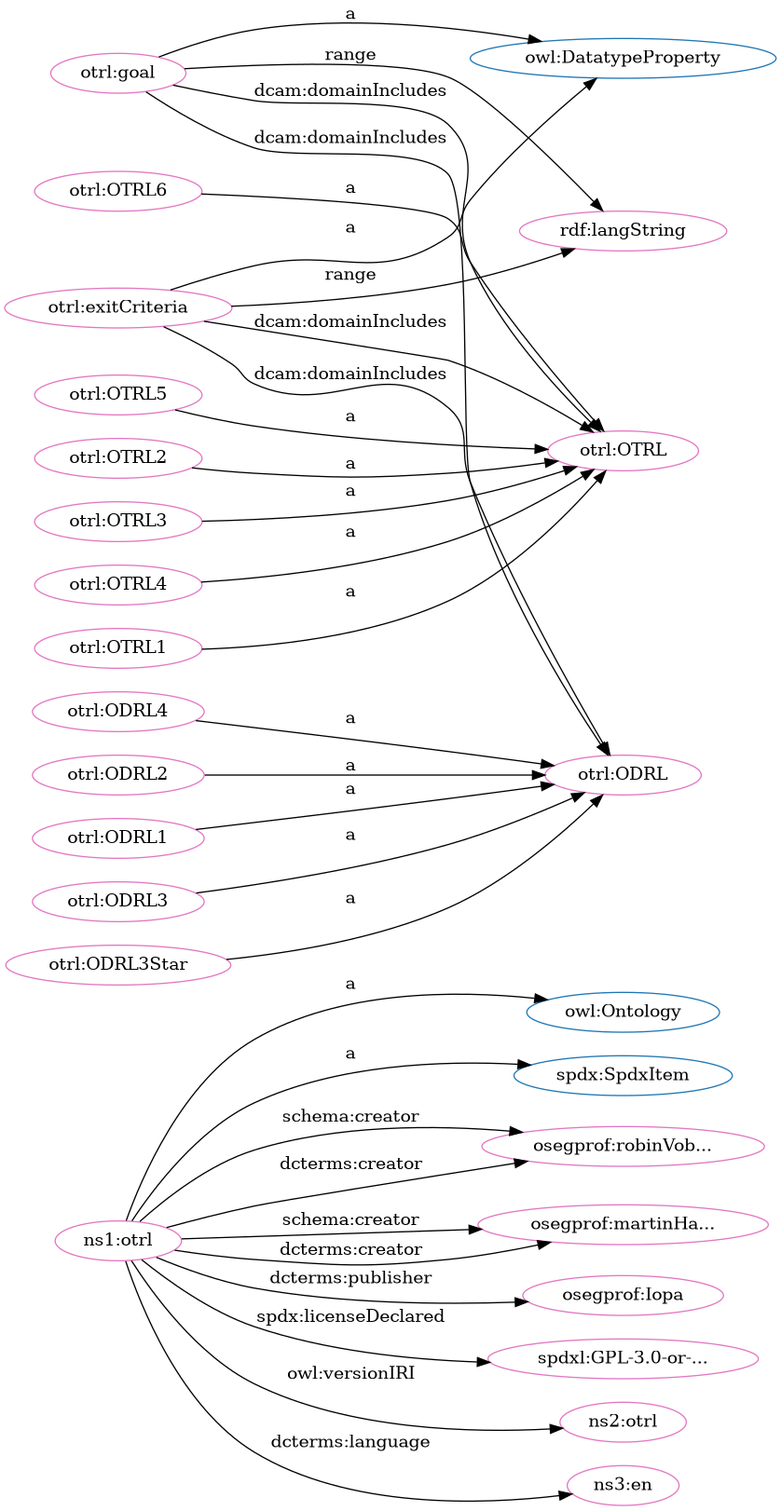
iop-alliance/OpenKnowHow keeps this Graphviz diagram as src/spec/dot_otrl.png. Above is the earlier version. Its source is kept beside it as src/spec/dot_otrl.dot.
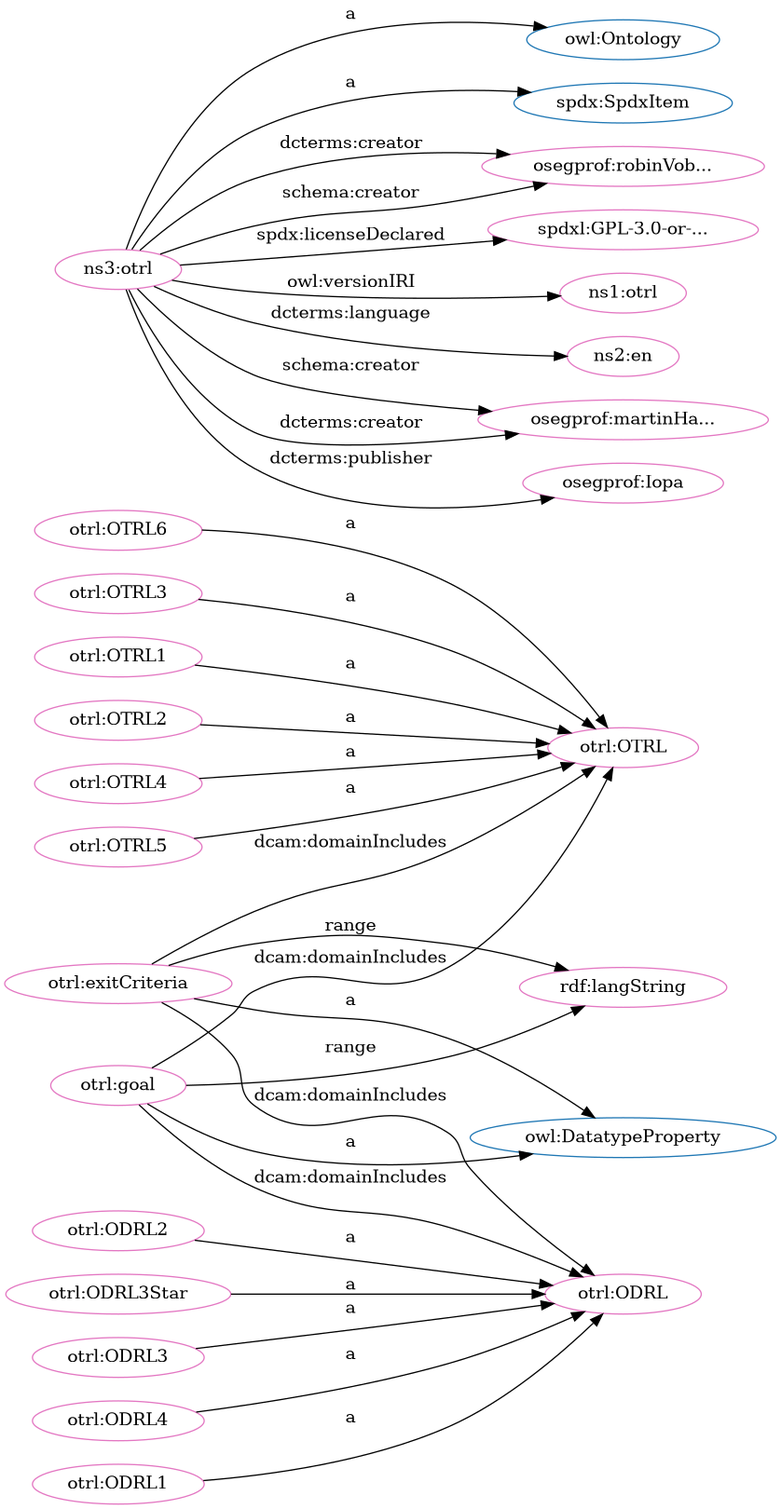
After the commit.

What changed in the source:
```diff
@@ -1,61 +1,61 @@
 digraph G {
   rankdir=BT
   node[height=.3]
-"http://www.w3.org/2002/07/owl#Ontology" [fillcolor="#1f77b4" color="#1f77b4" label="owl:Ontology"]
 "http://www.w3.org/2002/07/owl#DatatypeProperty" [fillcolor="#1f77b4" color="#1f77b4" label="owl:DatatypeProperty"]
 "http://w3id.org/oseg/ont/otrl#OTRL" [fillcolor="#1f77b4" color="#1f77b4" label="otrl:OTRL"]
+"http://www.w3.org/2002/07/owl#Ontology" [fillcolor="#1f77b4" color="#1f77b4" label="owl:Ontology"]
 "http://w3id.org/oseg/ont/otrl#ODRL" [fillcolor="#1f77b4" color="#1f77b4" label="otrl:ODRL"]
 "http://spdx.org/rdf/terms#SpdxItem" [fillcolor="#1f77b4" color="#1f77b4" label="spdx:SpdxItem"]
+"http://w3id.org/oseg/ont/otrl#OTRL2" [fillcolor="#e377c2" color="#e377c2" label="otrl:OTRL2"]
+"http://w3id.org/oseg/ont/otrl#ODRL" [fillcolor="#e377c2" color="#e377c2" label="otrl:ODRL"]
+"http://w3id.org/oseg/ont/otrl#exitCriteria" [fillcolor="#e377c2" color="#e377c2" label="otrl:exitCriteria"]
+"http://www.w3.org/1999/02/22-rdf-syntax-ns#langString" [fillcolor="#e377c2" color="#e377c2" label="rdf:langString"]
+"http://w3id.org/oseg/ont/oseg-profiles#robinVobruba" [fillcolor="#e377c2" color="#e377c2" label="osegprof:robinVob..."]
+"http://spdx.org/licenses/GPL-3.0-or-later" [fillcolor="#e377c2" color="#e377c2" label="spdxl:GPL-3.0-or-..."]
+"http://w3id.org/oseg/ont/otrl#ODRL2" [fillcolor="#e377c2" color="#e377c2" label="otrl:ODRL2"]
+"http://w3id.org/oseg/ont/1.1.0/otrl" [fillcolor="#e377c2" color="#e377c2" label="ns1:otrl"]
+"http://id.loc.gov/vocabulary/iso639-1/en" [fillcolor="#e377c2" color="#e377c2" label="ns2:en"]
+"http://w3id.org/oseg/ont/otrl#OTRL" [fillcolor="#e377c2" color="#e377c2" label="otrl:OTRL"]
+"http://w3id.org/oseg/ont/otrl#OTRL4" [fillcolor="#e377c2" color="#e377c2" label="otrl:OTRL4"]
+"http://w3id.org/oseg/ont/otrl" [fillcolor="#e377c2" color="#e377c2" label="ns3:otrl"]
+"http://w3id.org/oseg/ont/otrl#OTRL5" [fillcolor="#e377c2" color="#e377c2" label="otrl:OTRL5"]
+"http://w3id.org/oseg/ont/oseg-profiles#martinHaeuer" [fillcolor="#e377c2" color="#e377c2" label="osegprof:martinHa..."]
+"http://w3id.org/oseg/ont/oseg-profiles#Iopa" [fillcolor="#e377c2" color="#e377c2" label="osegprof:Iopa"]
+"http://w3id.org/oseg/ont/otrl#ODRL3Star" [fillcolor="#e377c2" color="#e377c2" label="otrl:ODRL3Star"]
+"http://w3id.org/oseg/ont/otrl#OTRL6" [fillcolor="#e377c2" color="#e377c2" label="otrl:OTRL6"]
+"http://w3id.org/oseg/ont/otrl#OTRL3" [fillcolor="#e377c2" color="#e377c2" label="otrl:OTRL3"]
+"http://w3id.org/oseg/ont/otrl#OTRL1" [fillcolor="#e377c2" color="#e377c2" label="otrl:OTRL1"]
 "http://w3id.org/oseg/ont/otrl#ODRL3" [fillcolor="#e377c2" color="#e377c2" label="otrl:ODRL3"]
-"http://w3id.org/oseg/ont/oseg-profiles#robinVobruba" [fillcolor="#e377c2" color="#e377c2" label="osegprof:robinVob..."]
-"http://w3id.org/oseg/ont/otrl#OTRL6" [fillcolor="#e377c2" color="#e377c2" label="otrl:OTRL6"]
-"http://w3id.org/oseg/ont/otrl#ODRL" [fillcolor="#e377c2" color="#e377c2" label="otrl:ODRL"]
-"http://w3id.org/oseg/ont/otrl#ODRL3Star" [fillcolor="#e377c2" color="#e377c2" label="otrl:ODRL3Star"]
-"http://w3id.org/oseg/ont/otrl" [fillcolor="#e377c2" color="#e377c2" label="ns1:otrl"]
-"http://w3id.org/oseg/ont/otrl#OTRL3" [fillcolor="#e377c2" color="#e377c2" label="otrl:OTRL3"]
 "http://w3id.org/oseg/ont/otrl#ODRL4" [fillcolor="#e377c2" color="#e377c2" label="otrl:ODRL4"]
-"http://w3id.org/oseg/ont/otrl#OTRL4" [fillcolor="#e377c2" color="#e377c2" label="otrl:OTRL4"]
-"http://w3id.org/oseg/ont/oseg-profiles#martinHaeuer" [fillcolor="#e377c2" color="#e377c2" label="osegprof:martinHa..."]
-"http://w3id.org/oseg/ont/otrl#ODRL2" [fillcolor="#e377c2" color="#e377c2" label="otrl:ODRL2"]
-"http://w3id.org/oseg/ont/oseg-profiles#Iopa" [fillcolor="#e377c2" color="#e377c2" label="osegprof:Iopa"]
-"http://w3id.org/oseg/ont/otrl#OTRL2" [fillcolor="#e377c2" color="#e377c2" label="otrl:OTRL2"]
-"http://w3id.org/oseg/ont/otrl#OTRL" [fillcolor="#e377c2" color="#e377c2" label="otrl:OTRL"]
+"http://w3id.org/oseg/ont/otrl#ODRL1" [fillcolor="#e377c2" color="#e377c2" label="otrl:ODRL1"]
 "http://w3id.org/oseg/ont/otrl#goal" [fillcolor="#e377c2" color="#e377c2" label="otrl:goal"]
-"http://www.w3.org/1999/02/22-rdf-syntax-ns#langString" [fillcolor="#e377c2" color="#e377c2" label="rdf:langString"]
-"http://spdx.org/licenses/GPL-3.0-or-later" [fillcolor="#e377c2" color="#e377c2" label="spdxl:GPL-3.0-or-..."]
-"http://w3id.org/oseg/ont/1.1.0/otrl" [fillcolor="#e377c2" color="#e377c2" label="ns2:otrl"]
-"http://w3id.org/oseg/ont/otrl#OTRL5" [fillcolor="#e377c2" color="#e377c2" label="otrl:OTRL5"]
-"http://w3id.org/oseg/ont/otrl#exitCriteria" [fillcolor="#e377c2" color="#e377c2" label="otrl:exitCriteria"]
-"http://w3id.org/oseg/ont/otrl#ODRL1" [fillcolor="#e377c2" color="#e377c2" label="otrl:ODRL1"]
-"http://id.loc.gov/vocabulary/iso639-1/en" [fillcolor="#e377c2" color="#e377c2" label="ns3:en"]
-"http://w3id.org/oseg/ont/otrl#OTRL1" [fillcolor="#e377c2" color="#e377c2" label="otrl:OTRL1"]
+  "http://w3id.org/oseg/ont/otrl#OTRL2" -> "http://w3id.org/oseg/ont/otrl#OTRL" [label="a"]
+  "http://w3id.org/oseg/ont/otrl#goal" -> "http://w3id.org/oseg/ont/otrl#ODRL" [label="dcam:domainIncludes"]
+  "http://w3id.org/oseg/ont/otrl#exitCriteria" -> "http://www.w3.org/2002/07/owl#DatatypeProperty" [label="a"]
+  "http://w3id.org/oseg/ont/otrl#goal" -> "http://www.w3.org/1999/02/22-rdf-syntax-ns#langString" [label="range"]
+  "http://w3id.org/oseg/ont/otrl" -> "http://w3id.org/oseg/ont/oseg-profiles#robinVobruba" [label="dcterms:creator"]
+  "http://w3id.org/oseg/ont/otrl" -> "http://spdx.org/licenses/GPL-3.0-or-later" [label="spdx:licenseDeclared"]
+  "http://w3id.org/oseg/ont/otrl#ODRL2" -> "http://w3id.org/oseg/ont/otrl#ODRL" [label="a"]
+  "http://w3id.org/oseg/ont/otrl#OTRL4" -> "http://w3id.org/oseg/ont/otrl#OTRL" [label="a"]
+  "http://w3id.org/oseg/ont/otrl" -> "http://w3id.org/oseg/ont/oseg-profiles#martinHaeuer" [label="schema:creator"]
+  "http://w3id.org/oseg/ont/otrl" -> "http://w3id.org/oseg/ont/oseg-profiles#Iopa" [label="dcterms:publisher"]
+  "http://w3id.org/oseg/ont/otrl#ODRL3Star" -> "http://w3id.org/oseg/ont/otrl#ODRL" [label="a"]
+  "http://w3id.org/oseg/ont/otrl#OTRL6" -> "http://w3id.org/oseg/ont/otrl#OTRL" [label="a"]
+  "http://w3id.org/oseg/ont/otrl" -> "http://spdx.org/rdf/terms#SpdxItem" [label="a"]
+  "http://w3id.org/oseg/ont/otrl#ODRL1" -> "http://w3id.org/oseg/ont/otrl#ODRL" [label="a"]
+  "http://w3id.org/oseg/ont/otrl#goal" -> "http://www.w3.org/2002/07/owl#DatatypeProperty" [label="a"]
+  "http://w3id.org/oseg/ont/otrl" -> "http://w3id.org/oseg/ont/1.1.0/otrl" [label="owl:versionIRI"]
+  "http://w3id.org/oseg/ont/otrl" -> "http://id.loc.gov/vocabulary/iso639-1/en" [label="dcterms:language"]
+  "http://w3id.org/oseg/ont/otrl" -> "http://w3id.org/oseg/ont/oseg-profiles#robinVobruba" [label="schema:creator"]
+  "http://w3id.org/oseg/ont/otrl#exitCriteria" -> "http://w3id.org/oseg/ont/otrl#OTRL" [label="dcam:domainIncludes"]
+  "http://w3id.org/oseg/ont/otrl" -> "http://www.w3.org/2002/07/owl#Ontology" [label="a"]
+  "http://w3id.org/oseg/ont/otrl#OTRL5" -> "http://w3id.org/oseg/ont/otrl#OTRL" [label="a"]
+  "http://w3id.org/oseg/ont/otrl#exitCriteria" -> "http://www.w3.org/1999/02/22-rdf-syntax-ns#langString" [label="range"]
+  "http://w3id.org/oseg/ont/otrl#exitCriteria" -> "http://w3id.org/oseg/ont/otrl#ODRL" [label="dcam:domainIncludes"]
+  "http://w3id.org/oseg/ont/otrl#OTRL3" -> "http://w3id.org/oseg/ont/otrl#OTRL" [label="a"]
+  "http://w3id.org/oseg/ont/otrl#OTRL1" -> "http://w3id.org/oseg/ont/otrl#OTRL" [label="a"]
   "http://w3id.org/oseg/ont/otrl#ODRL3" -> "http://w3id.org/oseg/ont/otrl#ODRL" [label="a"]
-  "http://w3id.org/oseg/ont/otrl" -> "http://w3id.org/oseg/ont/oseg-profiles#robinVobruba" [label="schema:creator"]
-  "http://w3id.org/oseg/ont/otrl#OTRL6" -> "http://w3id.org/oseg/ont/otrl#OTRL" [label="a"]
   "http://w3id.org/oseg/ont/otrl#ODRL4" -> "http://w3id.org/oseg/ont/otrl#ODRL" [label="a"]
-  "http://w3id.org/oseg/ont/otrl" -> "http://w3id.org/oseg/ont/oseg-profiles#martinHaeuer" [label="schema:creator"]
-  "http://w3id.org/oseg/ont/otrl#ODRL2" -> "http://w3id.org/oseg/ont/otrl#ODRL" [label="a"]
-  "http://w3id.org/oseg/ont/otrl" -> "http://w3id.org/oseg/ont/oseg-profiles#Iopa" [label="dcterms:publisher"]
-  "http://w3id.org/oseg/ont/otrl#OTRL2" -> "http://w3id.org/oseg/ont/otrl#OTRL" [label="a"]
-  "http://w3id.org/oseg/ont/otrl" -> "http://spdx.org/rdf/terms#SpdxItem" [label="a"]
+  "http://w3id.org/oseg/ont/otrl" -> "http://w3id.org/oseg/ont/oseg-profiles#martinHaeuer" [label="dcterms:creator"]
   "http://w3id.org/oseg/ont/otrl#goal" -> "http://w3id.org/oseg/ont/otrl#OTRL" [label="dcam:domainIncludes"]
-  "http://w3id.org/oseg/ont/otrl#goal" -> "http://www.w3.org/2002/07/owl#DatatypeProperty" [label="a"]
-  "http://w3id.org/oseg/ont/otrl#goal" -> "http://w3id.org/oseg/ont/otrl#ODRL" [label="dcam:domainIncludes"]
-  "http://w3id.org/oseg/ont/otrl#OTRL5" -> "http://w3id.org/oseg/ont/otrl#OTRL" [label="a"]
-  "http://w3id.org/oseg/ont/otrl#exitCriteria" -> "http://www.w3.org/2002/07/owl#DatatypeProperty" [label="a"]
-  "http://w3id.org/oseg/ont/otrl#exitCriteria" -> "http://w3id.org/oseg/ont/otrl#OTRL" [label="dcam:domainIncludes"]
-  "http://w3id.org/oseg/ont/otrl#ODRL1" -> "http://w3id.org/oseg/ont/otrl#ODRL" [label="a"]
-  "http://w3id.org/oseg/ont/otrl#exitCriteria" -> "http://w3id.org/oseg/ont/otrl#ODRL" [label="dcam:domainIncludes"]
-  "http://w3id.org/oseg/ont/otrl#ODRL3Star" -> "http://w3id.org/oseg/ont/otrl#ODRL" [label="a"]
-  "http://w3id.org/oseg/ont/otrl" -> "http://www.w3.org/2002/07/owl#Ontology" [label="a"]
-  "http://w3id.org/oseg/ont/otrl#OTRL3" -> "http://w3id.org/oseg/ont/otrl#OTRL" [label="a"]
-  "http://w3id.org/oseg/ont/otrl#OTRL4" -> "http://w3id.org/oseg/ont/otrl#OTRL" [label="a"]
-  "http://w3id.org/oseg/ont/otrl" -> "http://w3id.org/oseg/ont/oseg-profiles#robinVobruba" [label="dcterms:creator"]
-  "http://w3id.org/oseg/ont/otrl#goal" -> "http://www.w3.org/1999/02/22-rdf-syntax-ns#langString" [label="range"]
-  "http://w3id.org/oseg/ont/otrl" -> "http://w3id.org/oseg/ont/oseg-profiles#martinHaeuer" [label="dcterms:creator"]
-  "http://w3id.org/oseg/ont/otrl" -> "http://spdx.org/licenses/GPL-3.0-or-later" [label="spdx:licenseDeclared"]
-  "http://w3id.org/oseg/ont/otrl" -> "http://w3id.org/oseg/ont/1.1.0/otrl" [label="owl:versionIRI"]
-  "http://w3id.org/oseg/ont/otrl#exitCriteria" -> "http://www.w3.org/1999/02/22-rdf-syntax-ns#langString" [label="range"]
-  "http://w3id.org/oseg/ont/otrl" -> "http://id.loc.gov/vocabulary/iso639-1/en" [label="dcterms:language"]
-  "http://w3id.org/oseg/ont/otrl#OTRL1" -> "http://w3id.org/oseg/ont/otrl#OTRL" [label="a"]
 }
```
